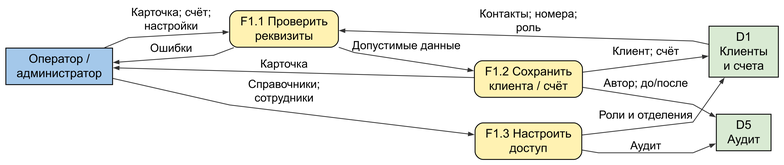
This is figures/B4_clients.png from qwertyvich/IT-project, a Graphviz export, as it was before one commit. Its source is kept beside it as figures/B4_clients.dot. Source of this version:
```dot
digraph B4_clients {
graph [rankdir=LR, bgcolor="white", pad=.12, nodesep=.35, ranksep=.65, splines=polyline, outputorder=edgesfirst];
node [fontname="Arial", fontsize=18, margin=".12,.08", penwidth=1.3];
edge [fontname="Arial", fontsize=17, color="#333333", penwidth=1.2, arrowsize=.75];
"e" [label="Оператор /\nадминистратор", shape="box", style="filled", fillcolor="#A4C8EA", width="2.222"];
"p1" [label="F1.1 Проверить\nреквизиты", shape="box", style="rounded,filled", fillcolor="#FFF2B2", width="2.264"];
"p2" [label="F1.2 Сохранить\nклиента / счёт", shape="box", style="rounded,filled", fillcolor="#FFF2B2", width="2.250"];
"p3" [label="F1.3 Настроить\nдоступ", shape="box", style="rounded,filled", fillcolor="#FFF2B2", width="2.222"];
"D1" [label="D1\nКлиенты\nи счета", shape="record", style="filled", fillcolor="#D9EAD3", width="1.444"];
"D5" [label="D5\nАудит", shape="record", style="filled", fillcolor="#D9EAD3", width="1.139"];
e -> p1 [label="Карточка; счёт;\nнастройки"];
D1 -> p1 [label="Контакты; номера;\nроль"];
p1 -> p2 [label="Допустимые данные"];
p1 -> e [label="Ошибки"];
p2 -> D1 [label="Клиент; счёт"];
p2 -> D5 [label="Автор; до/после"];
p2 -> e [label="Карточка"];
e -> p3 [label="Справочники;\nсотрудники"];
p3 -> D1 [label="Роли и отделения"];
p3 -> D5 [label="Аудит"];
}
```
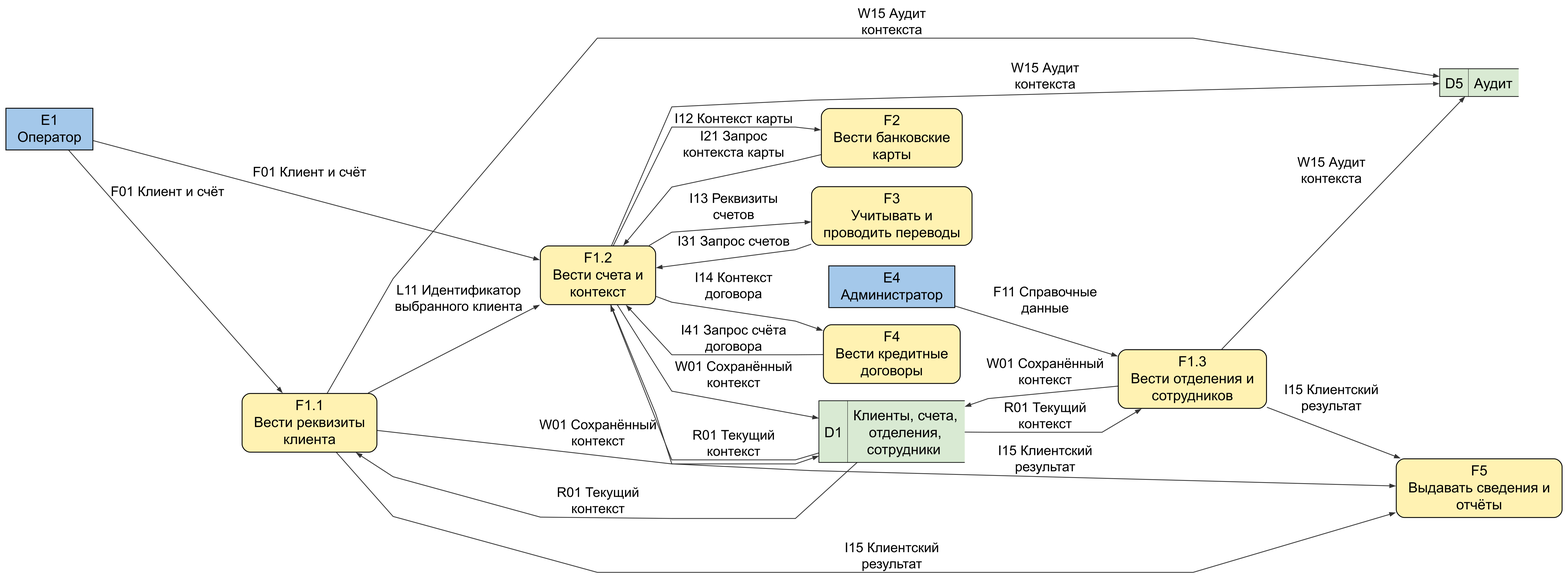
Above is the later version.

What changed in the source:
```diff
@@ -1,21 +1,38 @@
 digraph B4_clients {
 graph [rankdir=LR, bgcolor="white", pad=.12, nodesep=.35, ranksep=.65, splines=polyline, outputorder=edgesfirst];
-node [fontname="Arial", fontsize=18, margin=".12,.08", penwidth=1.3];
-edge [fontname="Arial", fontsize=17, color="#333333", penwidth=1.2, arrowsize=.75];
-"e" [label="Оператор /\nадминистратор", shape="box", style="filled", fillcolor="#A4C8EA", width="2.222"];
-"p1" [label="F1.1 Проверить\nреквизиты", shape="box", style="rounded,filled", fillcolor="#FFF2B2", width="2.264"];
-"p2" [label="F1.2 Сохранить\nклиента / счёт", shape="box", style="rounded,filled", fillcolor="#FFF2B2", width="2.250"];
-"p3" [label="F1.3 Настроить\nдоступ", shape="box", style="rounded,filled", fillcolor="#FFF2B2", width="2.222"];
-"D1" [label="D1\nКлиенты\nи счета", shape="record", style="filled", fillcolor="#D9EAD3", width="1.444"];
-"D5" [label="D5\nАудит", shape="record", style="filled", fillcolor="#D9EAD3", width="1.139"];
-e -> p1 [label="Карточка; счёт;\nнастройки"];
-D1 -> p1 [label="Контакты; номера;\nроль"];
-p1 -> p2 [label="Допустимые данные"];
-p1 -> e [label="Ошибки"];
-p2 -> D1 [label="Клиент; счёт"];
-p2 -> D5 [label="Автор; до/после"];
-p2 -> e [label="Карточка"];
-e -> p3 [label="Справочники;\nсотрудники"];
-p3 -> D1 [label="Роли и отделения"];
-p3 -> D5 [label="Аудит"];
+node [fontname="Arial", fontsize=21, margin=".12,.08", penwidth=1.3];
+edge [fontname="Arial", fontsize=20, color="#333333", penwidth=1.2, arrowsize=.75];
+"E1" [label="E1\nОператор", shape="box", style="filled", fillcolor="#A4C8EA", width="1.792"];
+"F1_1" [label="F1.1\nВести реквизиты\nклиента", shape="box", style="rounded,filled", fillcolor="#FFF2B2", width="2.778"];
+E1 -> F1_1 [label="F01 Клиент и счёт"];
+"F1_2" [label="F1.2\nВести счета и\nконтекст", shape="box", style="rounded,filled", fillcolor="#FFF2B2", width="2.375"];
+E1 -> F1_2 [label="F01 Клиент и счёт"];
+"E4" [label="E4\nАдминистратор", shape="box", style="filled", fillcolor="#A4C8EA", width="2.597"];
+"F1_3" [label="F1.3\nВести отделения и\nсотрудников", shape="box", style="rounded,filled", fillcolor="#FFF2B2", width="3.055"];
+E4 -> F1_3 [label="F11 Справочные\nданные"];
+"F2" [label="F2\nВести банковские\nкарты", shape="box", style="rounded,filled", fillcolor="#FFF2B2", width="2.903"];
+F2 -> F1_2 [label="I21 Запрос\nконтекста карты"];
+F1_2 -> F2 [label="I12 Контекст карты"];
+"F3" [label="F3\nУчитывать и\nпроводить переводы", shape="box", style="rounded,filled", fillcolor="#FFF2B2", width="3.306"];
+F3 -> F1_2 [label="I31 Запрос счетов"];
+F1_2 -> F3 [label="I13 Реквизиты\nсчетов"];
+"F4" [label="F4\nВести кредитные\nдоговоры", shape="box", style="rounded,filled", fillcolor="#FFF2B2", width="2.819"];
+F4 -> F1_2 [label="I41 Запрос счёта\nдоговора"];
+F1_2 -> F4 [label="I14 Контекст\nдоговора"];
+"F5" [label="F5\nВыдавать сведения и\nотчёты", shape="box", style="rounded,filled", fillcolor="#FFF2B2", width="3.417"];
+F1_1 -> F5 [label="I15 Клиентский\nрезультат"];
+F1_2 -> F5 [label="I15 Клиентский\nрезультат"];
+F1_3 -> F5 [label="I15 Клиентский\nрезультат"];
+"D1" [shape=plain,style="",label=<<TABLE BORDER="0" CELLBORDER="0" CELLSPACING="0" CELLPADDING="7"><TR><TD BORDER="1" SIDES="TLBR" BGCOLOR="#D9EAD3">D1</TD><TD BORDER="1" SIDES="TB" BGCOLOR="#D9EAD3">Клиенты, счета,<BR/>отделения,<BR/>сотрудники</TD></TR></TABLE>>];
+D1 -> F1_1 [label="R01 Текущий\nконтекст"];
+D1 -> F1_2 [label="R01 Текущий\nконтекст"];
+D1 -> F1_3 [label="R01 Текущий\nконтекст"];
+F1_1 -> D1 [label="W01 Сохранённый\nконтекст"];
+F1_2 -> D1 [label="W01 Сохранённый\nконтекст"];
+F1_3 -> D1 [label="W01 Сохранённый\nконтекст"];
+"D5" [shape=plain,style="",label=<<TABLE BORDER="0" CELLBORDER="0" CELLSPACING="0" CELLPADDING="7"><TR><TD BORDER="1" SIDES="TLBR" BGCOLOR="#D9EAD3">D5</TD><TD BORDER="1" SIDES="TB" BGCOLOR="#D9EAD3">Аудит</TD></TR></TABLE>>];
+F1_1 -> D5 [label="W15 Аудит\nконтекста"];
+F1_2 -> D5 [label="W15 Аудит\nконтекста"];
+F1_3 -> D5 [label="W15 Аудит\nконтекста"];
+F1_1 -> F1_2 [label="L11 Идентификатор\nвыбранного клиента"];
 }
```
